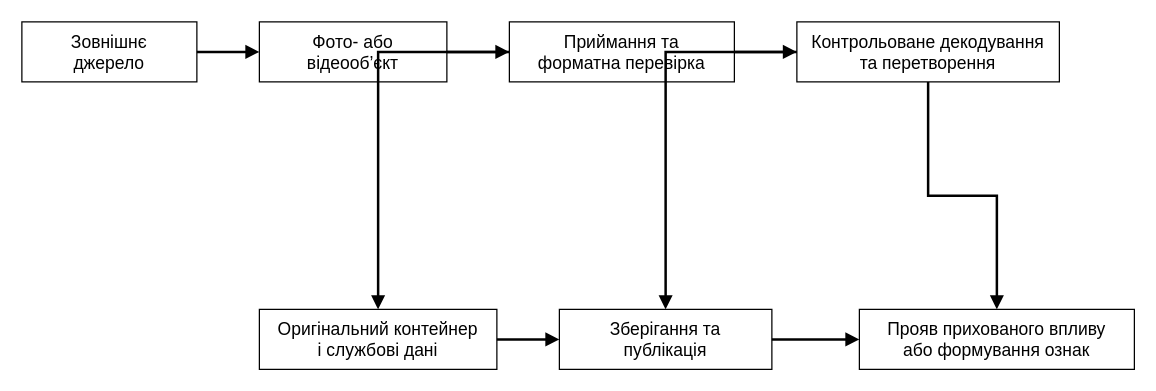
This is title/figures_drawio/fig_1_1_multimedia_threat_path.drawio from oleksandrmelnychenko/dima-phd, a draw.io file, before an edit. Source tidied: cells renumbered, new cells numbered last; positions are measured from the earlier drawing's top-left corner, leaving out a move shared by most shapes. Both pictures are drawn from the tidied source at 125%, with x=0, y=0 at pixel (21, 21).
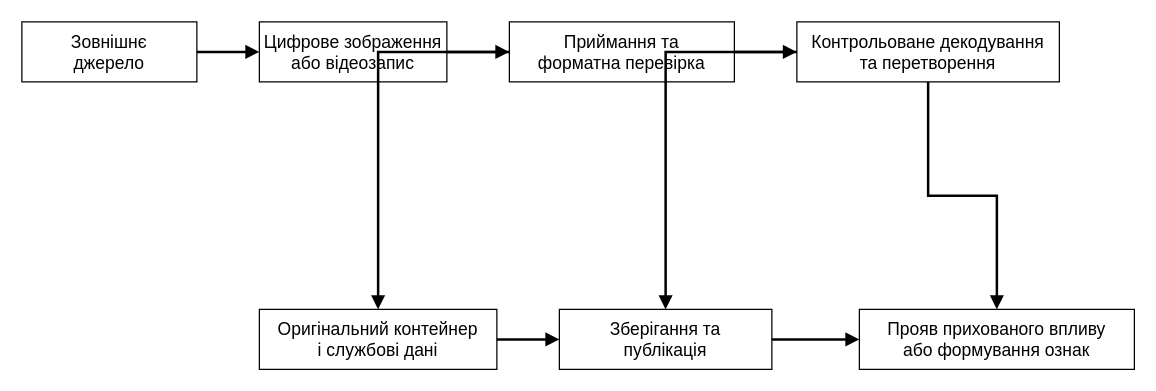
The same diagram, later.

Diff of the diagram source:
```diff
@@
 <mxGraphModel>
   <root>
     <mxCell id="0" />
     <mxCell id="1" parent="0" />
     <mxCell id="2" value="Зовнішнє&lt;br&gt;джерело" style="rounded=0;whiteSpace=wrap;html=1;fillColor=#ffffff;strokeColor=#000000;fontColor=#000000;fontSize=14;align=center;verticalAlign=middle;spacing=4;" parent="1" vertex="1">
       <mxGeometry width="140" height="48" as="geometry" />
     </mxCell>
-    <mxCell id="3" value="Фото- або&lt;br&gt;відеооб’єкт" style="rounded=0;whiteSpace=wrap;html=1;fillColor=#ffffff;strokeColor=#000000;fontColor=#000000;fontSize=14;align=center;verticalAlign=middle;spacing=4;" parent="1" vertex="1">
+    <mxCell id="3" value="Цифрове зображення&lt;br&gt;або відеозапис" style="rounded=0;whiteSpace=wrap;html=1;fillColor=#ffffff;strokeColor=#000000;fontColor=#000000;fontSize=14;align=center;verticalAlign=middle;spacing=4;" parent="1" vertex="1">
       <mxGeometry x="190" width="150" height="48" as="geometry" />
     </mxCell>
     <mxCell id="4" value="Приймання та&lt;br&gt;форматна перевірка" style="rounded=0;whiteSpace=wrap;html=1;fillColor=#ffffff;strokeColor=#000000;fontColor=#000000;fontSize=14;align=center;verticalAlign=middle;spacing=4;" parent="1" vertex="1">
       <mxGeometry x="390" width="180" height="48" as="geometry" />
     </mxCell>
     <mxCell id="5" value="Контрольоване декодування&lt;br&gt;та перетворення" style="rounded=0;whiteSpace=wrap;html=1;fillColor=#ffffff;strokeColor=#000000;fontColor=#000000;fontSize=14;align=center;verticalAlign=middle;spacing=4;" parent="1" vertex="1">
       <mxGeometry x="620" width="210" height="48" as="geometry" />
     </mxCell>
     <mxCell id="6" value="Оригінальний контейнер&lt;br&gt;і службові дані" style="rounded=0;whiteSpace=wrap;html=1;fillColor=#ffffff;strokeColor=#000000;fontColor=#000000;fontSize=14;align=center;verticalAlign=middle;spacing=4;" parent="1" vertex="1">
       <mxGeometry x="190" y="230" width="190" height="48" as="geometry" />
     </mxCell>
     <mxCell id="7" value="Зберігання та&lt;br&gt;публікація" style="rounded=0;whiteSpace=wrap;html=1;fillColor=#ffffff;strokeColor=#000000;fontColor=#000000;fontSize=14;align=center;verticalAlign=middle;spacing=4;" parent="1" vertex="1">
       <mxGeometry x="430" y="230" width="170" height="48" as="geometry" />
     </mxCell>
     <mxCell id="8" value="Прояв прихованого впливу&lt;br&gt;або формування ознак" style="rounded=0;whiteSpace=wrap;html=1;fillColor=#ffffff;strokeColor=#000000;fontColor=#000000;fontSize=14;align=center;verticalAlign=middle;spacing=4;" parent="1" vertex="1">
       <mxGeometry x="670" y="230" width="220" height="48" as="geometry" />
     </mxCell>
     <mxCell id="9" style="edgeStyle=orthogonalEdgeStyle;rounded=0;jettySize=auto;html=1;endArrow=block;endFill=1;strokeColor=#000000;strokeWidth=2;" parent="1" edge="1" source="2" target="3">
       <mxGeometry relative="1" as="geometry" />
     </mxCell>
     <mxCell id="10" style="edgeStyle=orthogonalEdgeStyle;rounded=0;jettySize=auto;html=1;endArrow=block;endFill=1;strokeColor=#000000;strokeWidth=2;" parent="1" edge="1" source="3" target="4">
       <mxGeometry relative="1" as="geometry" />
     </mxCell>
     <mxCell id="11" style="edgeStyle=orthogonalEdgeStyle;rounded=0;jettySize=auto;html=1;endArrow=block;endFill=1;strokeColor=#000000;strokeWidth=2;" parent="1" edge="1" source="4" target="5">
       <mxGeometry relative="1" as="geometry" />
     </mxCell>
     <mxCell id="12" style="edgeStyle=orthogonalEdgeStyle;rounded=0;jettySize=auto;html=1;endArrow=block;endFill=1;strokeColor=#000000;strokeWidth=2;" parent="1" edge="1" source="4" target="6">
       <mxGeometry relative="1" as="geometry" />
     </mxCell>
     <mxCell id="13" style="edgeStyle=orthogonalEdgeStyle;rounded=0;jettySize=auto;html=1;endArrow=block;endFill=1;strokeColor=#000000;strokeWidth=2;" parent="1" edge="1" source="6" target="7">
       <mxGeometry relative="1" as="geometry" />
     </mxCell>
     <mxCell id="14" style="edgeStyle=orthogonalEdgeStyle;rounded=0;jettySize=auto;html=1;endArrow=block;endFill=1;strokeColor=#000000;strokeWidth=2;" parent="1" edge="1" source="5" target="7">
       <mxGeometry relative="1" as="geometry" />
     </mxCell>
     <mxCell id="15" style="edgeStyle=orthogonalEdgeStyle;rounded=0;jettySize=auto;html=1;endArrow=block;endFill=1;strokeColor=#000000;strokeWidth=2;" parent="1" edge="1" source="7" target="8">
       <mxGeometry relative="1" as="geometry" />
     </mxCell>
     <mxCell id="16" style="edgeStyle=orthogonalEdgeStyle;rounded=0;jettySize=auto;html=1;endArrow=block;endFill=1;strokeColor=#000000;strokeWidth=2;" parent="1" edge="1" source="5" target="8">
       <mxGeometry relative="1" as="geometry" />
     </mxCell>
   </root>
 </mxGraphModel>
```
